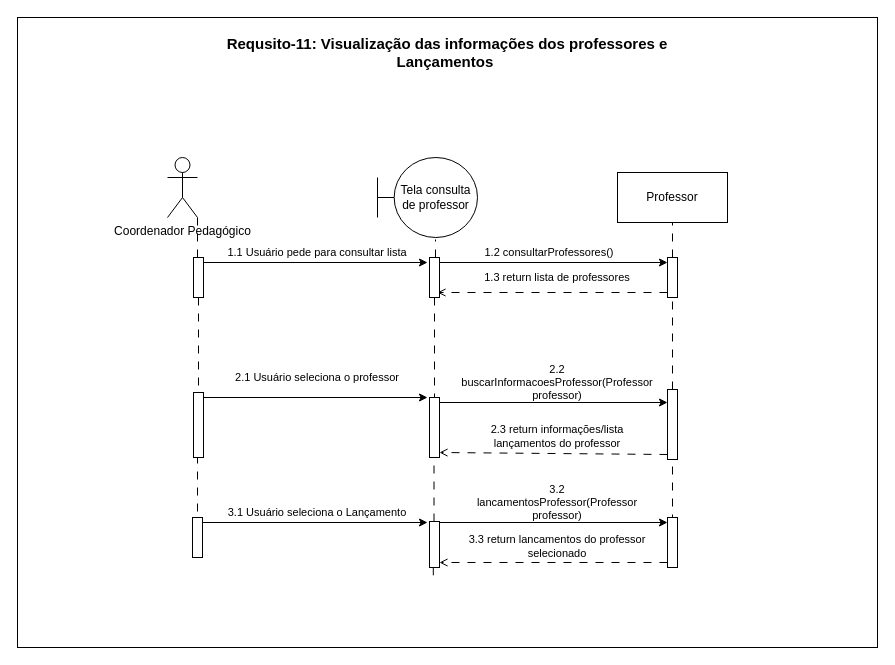
LizReis/An-lise-de-Sistemas keeps this draw.io diagram as Requisito-11.drawio. Above is the earlier version. Source tidied: cells renumbered, new cells numbered last; positions are measured from the earlier drawing's top-left corner, leaving out a move shared by most shapes. Both pictures are drawn from the tidied source at 100%, with x=0, y=0 at pixel (17, 17).
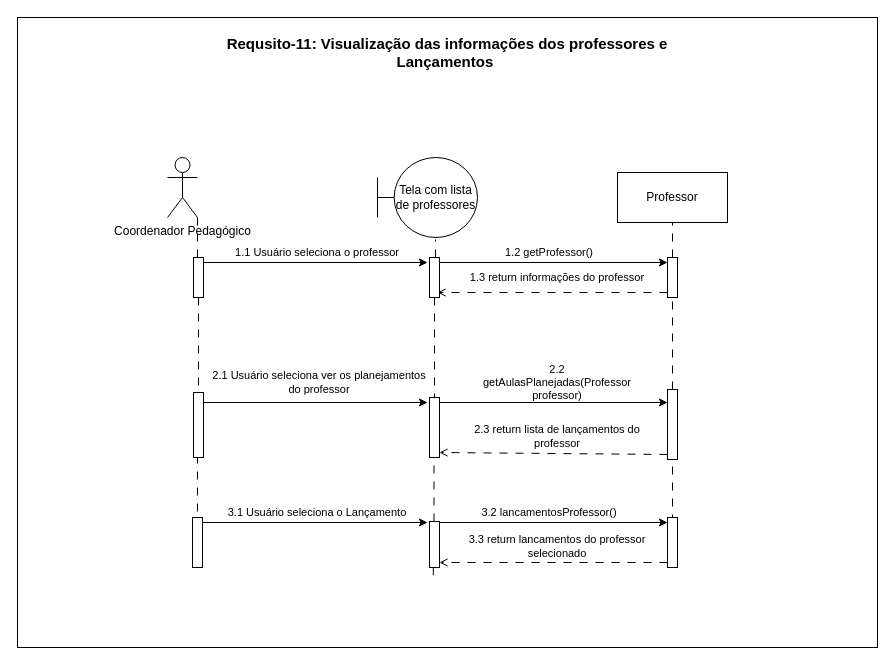
After the change.

Unchanged cells that the change refers to:
```xml
<mxCell id="35" style="html=1;points=[[0,0,0,0,5],[0,1,0,0,-5],[1,0,0,0,5],[1,1,0,0,-5]];perimeter=orthogonalPerimeter;outlineConnect=0;targetShapes=umlLifeline;portConstraint=eastwest;newEdgeStyle={&quot;curved&quot;:0,&quot;rounded&quot;:0};" parent="1" vertex="1">
  <mxGeometry x="176" y="375" width="10" height="65" as="geometry" />
</mxCell>
```

What changed in the source:
```diff
@@
-    <mxCell id="5" value="Tela consulta de professor" style="shape=umlBoundary;whiteSpace=wrap;html=1;" parent="1" vertex="1">
+    <mxCell id="5" value="Tela com lista de professores" style="shape=umlBoundary;whiteSpace=wrap;html=1;" parent="1" vertex="1">
       <mxGeometry x="360" y="140" width="100" height="80" as="geometry" />
     </mxCell>
@@
-    <mxCell id="13" value="1.1 Usuário pede para consultar lista" style="text;html=1;align=center;verticalAlign=middle;whiteSpace=wrap;rounded=0;fontSize=11;" parent="1" vertex="1">
-      <mxGeometry x="190" y="220" width="220" height="30" as="geometry" />
-    </mxCell>
@@
-    <mxCell id="17" value="1.2 consultarProfessores()" style="text;html=1;align=center;verticalAlign=middle;whiteSpace=wrap;rounded=0;fontSize=11;" parent="1" vertex="1">
+    <mxCell id="17" value="1.2 getProfessor()" style="text;html=1;align=center;verticalAlign=middle;whiteSpace=wrap;rounded=0;fontSize=11;" parent="1" vertex="1">
       <mxGeometry x="422" y="220" width="220" height="30" as="geometry" />
     </mxCell>
@@
-    <mxCell id="19" value="1.3 return lista de professores" style="text;html=1;align=center;verticalAlign=middle;whiteSpace=wrap;rounded=0;fontSize=11;" parent="1" vertex="1">
+    <mxCell id="19" value="1.3 return informações do professor" style="text;html=1;align=center;verticalAlign=middle;whiteSpace=wrap;rounded=0;fontSize=11;" parent="1" vertex="1">
       <mxGeometry x="430" y="250" width="220" height="20" as="geometry" />
     </mxCell>
-    <mxCell id="20" style="endArrow=classic;html=1;rounded=0;exitX=1;exitY=0;exitDx=0;exitDy=5;exitPerimeter=0;" parent="1" edge="1" source="35">
+    <mxCell id="20" style="endArrow=classic;html=1;rounded=0;exitX=1;exitY=0;exitDx=0;exitDy=5;exitPerimeter=0;" parent="1" edge="1">
       <mxGeometry relative="1" as="geometry">
-        <mxPoint x="410" y="380" as="targetPoint" />
+        <mxPoint x="186" y="385" as="sourcePoint" />
+        <mxPoint x="410" y="385" as="targetPoint" />
       </mxGeometry>
     </mxCell>
-    <mxCell id="21" value="2.1 Usuário seleciona o professor" style="text;html=1;align=center;verticalAlign=middle;whiteSpace=wrap;rounded=0;fontSize=11;glass=0;" parent="1" vertex="1">
-      <mxGeometry x="190" y="345" width="220" height="30" as="geometry" />
+    <mxCell id="21" value="2.1 Usuário seleciona ver os planejamentos do professor" style="text;html=1;align=center;verticalAlign=middle;whiteSpace=wrap;rounded=0;fontSize=11;glass=0;" parent="1" vertex="1">
+      <mxGeometry x="192" y="350" width="220" height="30" as="geometry" />
     </mxCell>
-    <mxCell id="22" value="2.2 buscarInformacoesProfessor(Professor professor)" style="text;html=1;align=center;verticalAlign=middle;whiteSpace=wrap;rounded=0;fontSize=11;" parent="1" vertex="1">
+    <mxCell id="22" value="2.2 getAulasPlanejadas(Professor professor)" style="text;html=1;align=center;verticalAlign=middle;whiteSpace=wrap;rounded=0;fontSize=11;" parent="1" vertex="1">
       <mxGeometry x="460" y="350" width="160" height="30" as="geometry" />
     </mxCell>
-    <mxCell id="23" value="2.3 return informações/lista lançamentos do professor" style="text;html=1;align=center;verticalAlign=middle;whiteSpace=wrap;rounded=0;fontSize=11;" parent="1" vertex="1">
+    <mxCell id="23" value="2.3 return lista de lançamentos do professor" style="text;html=1;align=center;verticalAlign=middle;whiteSpace=wrap;rounded=0;fontSize=11;" parent="1" vertex="1">
       <mxGeometry x="450" y="404" width="180" height="30" as="geometry" />
     </mxCell>
@@
-    <mxCell id="32" value="3.2 lancamentosProfessor(Professor professor)" style="text;html=1;align=center;verticalAlign=middle;whiteSpace=wrap;rounded=0;fontSize=11;" parent="1" vertex="1">
-      <mxGeometry x="460" y="470" width="160" height="30" as="geometry" />
+    <mxCell id="32" value="3.2 lancamentosProfessor()" style="text;html=1;align=center;verticalAlign=middle;whiteSpace=wrap;rounded=0;fontSize=11;" parent="1" vertex="1">
+      <mxGeometry x="452" y="480" width="160" height="30" as="geometry" />
     </mxCell>
@@
     <mxCell id="36" style="html=1;points=[[0,0,0,0,5],[0,1,0,0,-5],[1,0,0,0,5],[1,1,0,0,-5]];perimeter=orthogonalPerimeter;outlineConnect=0;targetShapes=umlLifeline;portConstraint=eastwest;newEdgeStyle={&quot;curved&quot;:0,&quot;rounded&quot;:0};" parent="1" vertex="1">
-      <mxGeometry x="175" y="500" width="10" height="40" as="geometry" />
+      <mxGeometry x="175" y="500" width="10" height="50" as="geometry" />
     </mxCell>
@@
+    <mxCell id="45" value="1.1 Usuário seleciona o professor" style="text;html=1;align=center;verticalAlign=middle;whiteSpace=wrap;rounded=0;fontSize=11;glass=0;" parent="1" vertex="1">
+      <mxGeometry x="190" y="220" width="220" height="30" as="geometry" />
+    </mxCell>
```
